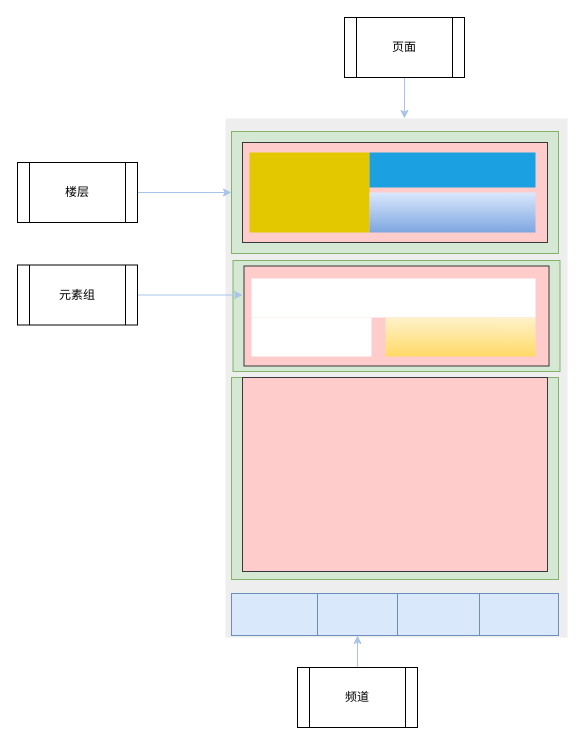
Above: 页面配置系统架构图.drawio in WindRain20140210/files-ArchitectureDiagram (draw.io), before the change. Source tidied: cells renumbered, new cells numbered last; positions are measured from the earlier drawing's top-left corner, leaving out a move shared by most shapes. Both pictures are drawn from the tidied source at 100%, with x=0, y=0 at pixel (17, 17).
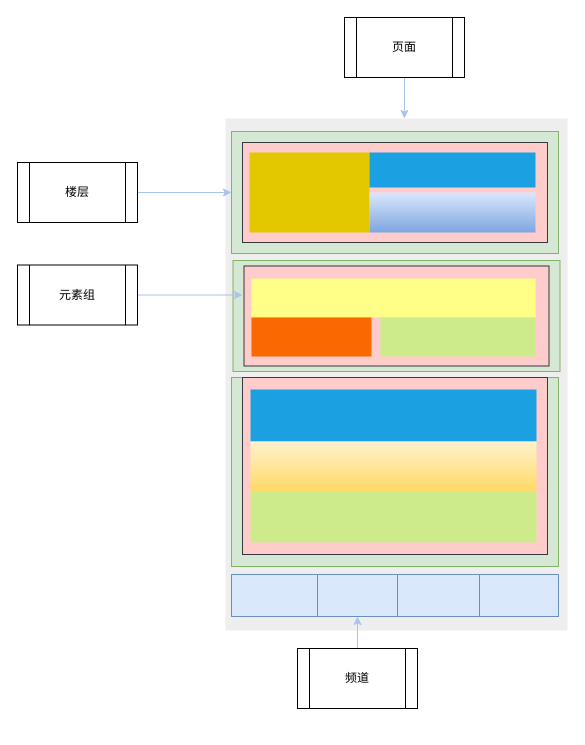
The same page after the edit.

Commit message (it also covers changes not shown here):
Update 页面配置系统架构图.drawio

Diff of the diagram source:
```diff
@@
     <mxCell id="2" style="rounded=0;whiteSpace=wrap;html=1;strokeWidth=10;fillColor=#eeeeee;strokeColor=none;" parent="1" vertex="1">
-      <mxGeometry x="208" y="101" width="342" height="519" as="geometry" />
+      <mxGeometry x="208" y="101" width="342" height="512" as="geometry" />
     </mxCell>
     <mxCell id="3" style="rounded=0;whiteSpace=wrap;html=1;fillColor=#dae8fc;strokeColor=#6c8ebf;" parent="1" vertex="1">
-      <mxGeometry x="214" y="576" width="86" height="42" as="geometry" />
+      <mxGeometry x="214" y="557" width="86" height="42" as="geometry" />
     </mxCell>
     <mxCell id="4" style="rounded=0;whiteSpace=wrap;html=1;fillColor=#dae8fc;strokeColor=#6c8ebf;" parent="1" vertex="1">
-      <mxGeometry x="300" y="576" width="80" height="42" as="geometry" />
+      <mxGeometry x="300" y="557" width="80" height="42" as="geometry" />
     </mxCell>
     <mxCell id="5" style="rounded=0;whiteSpace=wrap;html=1;fillColor=#dae8fc;strokeColor=#6c8ebf;" parent="1" vertex="1">
-      <mxGeometry x="380" y="576" width="82" height="42" as="geometry" />
+      <mxGeometry x="380" y="557" width="82" height="42" as="geometry" />
     </mxCell>
     <mxCell id="6" style="rounded=0;whiteSpace=wrap;html=1;fillColor=#dae8fc;strokeColor=#6c8ebf;" parent="1" vertex="1">
-      <mxGeometry x="462" y="576" width="79" height="42" as="geometry" />
+      <mxGeometry x="462" y="557" width="79" height="42" as="geometry" />
     </mxCell>
@@
     <mxCell id="9" style="rounded=0;whiteSpace=wrap;html=1;fillColor=#d5e8d4;strokeColor=#82b366;" parent="1" vertex="1">
-      <mxGeometry x="214" y="360" width="327" height="202" as="geometry" />
+      <mxGeometry x="214" y="360" width="327" height="189" as="geometry" />
     </mxCell>
@@
     <mxCell id="16" value="频道" style="shape=process;whiteSpace=wrap;html=1;backgroundOutline=1;fillColor=#ffffff;" parent="1" vertex="1">
-      <mxGeometry x="280" y="650" width="120" height="60" as="geometry" />
+      <mxGeometry x="280" y="631" width="120" height="60" as="geometry" />
     </mxCell>
@@
     <mxCell id="20" style="rounded=0;whiteSpace=wrap;html=1;fillColor=#ffcccc;strokeColor=#36393d;" parent="1" vertex="1">
-      <mxGeometry x="225" y="360" width="305" height="194" as="geometry" />
+      <mxGeometry x="225" y="360" width="305" height="177" as="geometry" />
     </mxCell>
@@
-    <mxCell id="24" style="rounded=0;whiteSpace=wrap;html=1;strokeWidth=10;fillColor=#ffffff;strokeColor=none;" parent="1" vertex="1">
+    <mxCell id="24" style="rounded=0;whiteSpace=wrap;html=1;strokeWidth=10;fillColor=#ffff88;strokeColor=none;" parent="1" vertex="1">
       <mxGeometry x="234" y="261" width="284" height="39" as="geometry" />
     </mxCell>
-    <mxCell id="25" style="rounded=0;whiteSpace=wrap;html=1;strokeWidth=10;fillColor=#ffffff;strokeColor=none;" parent="1" vertex="1">
+    <mxCell id="25" style="rounded=0;whiteSpace=wrap;html=1;strokeWidth=10;fillColor=#fa6800;fontColor=#000000;strokeColor=none;" parent="1" vertex="1">
       <mxGeometry x="234" y="300" width="120" height="39" as="geometry" />
     </mxCell>
-    <mxCell id="26" style="rounded=0;whiteSpace=wrap;html=1;strokeWidth=10;fillColor=#fff2cc;gradientColor=#ffd966;strokeColor=none;" parent="1" vertex="1">
-      <mxGeometry x="368" y="300" width="150" height="39" as="geometry" />
+    <mxCell id="26" style="rounded=0;whiteSpace=wrap;html=1;strokeWidth=10;fillColor=#cdeb8b;strokeColor=none;" parent="1" vertex="1">
+      <mxGeometry x="363" y="300" width="155" height="39" as="geometry" />
     </mxCell>
+    <mxCell id="27" style="rounded=0;whiteSpace=wrap;html=1;strokeWidth=10;fillColor=#1ba1e2;fontColor=#ffffff;strokeColor=none;" parent="1" vertex="1">
+      <mxGeometry x="233" y="372" width="286" height="52" as="geometry" />
+    </mxCell>
+    <mxCell id="28" style="rounded=0;whiteSpace=wrap;html=1;strokeWidth=10;fillColor=#fff2cc;gradientColor=#ffd966;strokeColor=none;" parent="1" vertex="1">
+      <mxGeometry x="233" y="424" width="286" height="50" as="geometry" />
+    </mxCell>
+    <mxCell id="29" style="rounded=0;whiteSpace=wrap;html=1;strokeWidth=10;fillColor=#cdeb8b;strokeColor=none;" parent="1" vertex="1">
+      <mxGeometry x="233" y="474" width="286" height="51" as="geometry" />
+    </mxCell>
```
